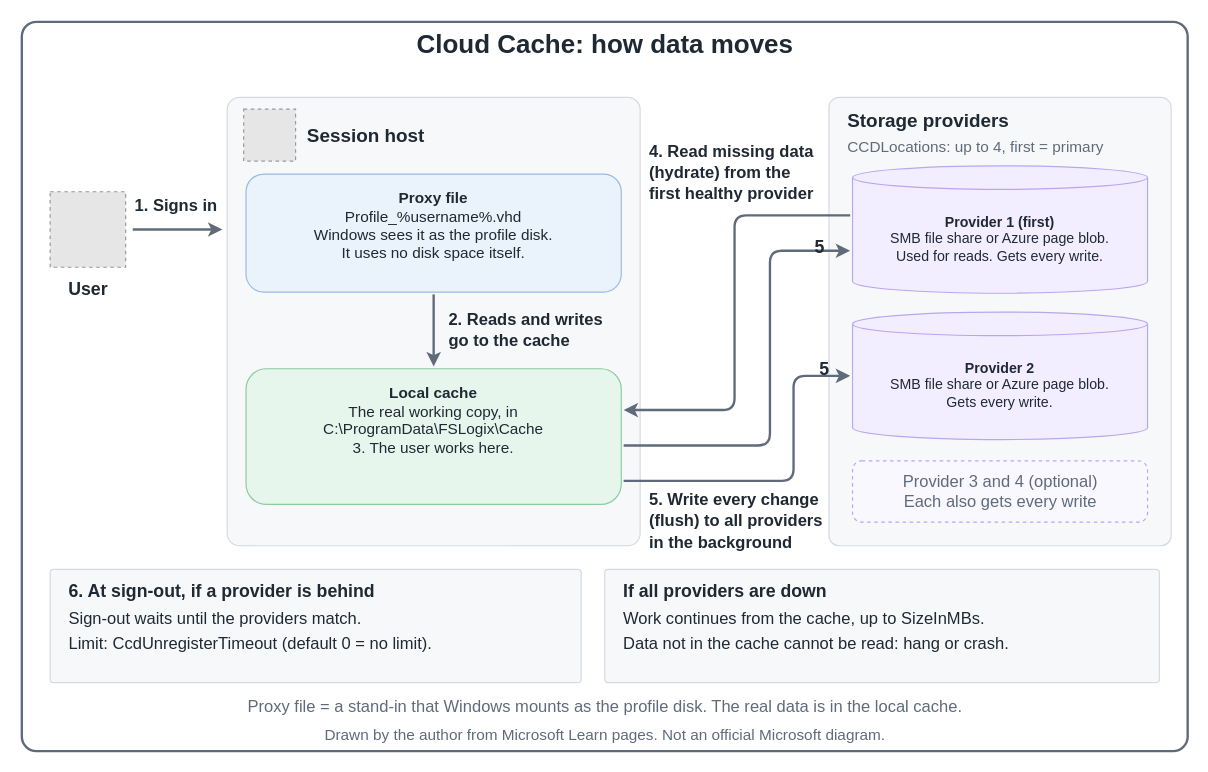
Above: src/img/avd/AVD-FSLogix-Cloud-Cache.drawio in AddySidd27/cloud-ai-notes (draw.io), before the change. Source tidied: cells renumbered, new cells numbered last; positions are measured from the earlier drawing's top-left corner, leaving out a move shared by most shapes. Both pictures are drawn from the tidied source at 118%, with x=0, y=0 at pixel (21, 21). Pictures stored in the file or linked from it are replaced by grey dashed boxes.
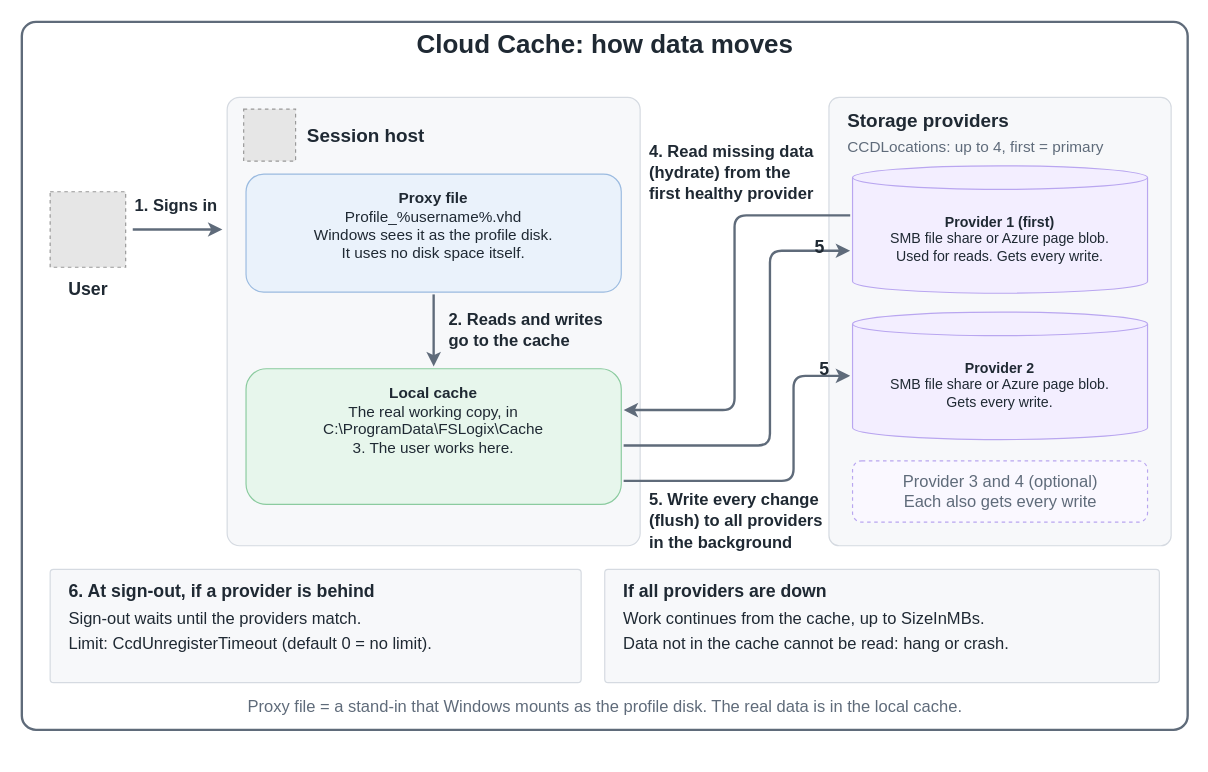
After the change.

Change to the diagram source:
```diff
@@
     <mxCell id="2" style="rounded=1;arcSize=2;html=1;fillColor=#ffffff;strokeColor=#5f6b7a;strokeWidth=2;" parent="1" vertex="1">
-      <mxGeometry width="988" height="618" as="geometry" />
+      <mxGeometry width="988" height="600" as="geometry" />
     </mxCell>
@@
-    <mxCell id="42" value="Drawn by the author from Microsoft Learn pages. Not an official Microsoft diagram." style="text;html=1;align=center;verticalAlign=middle;fontSize=13;fontColor=#5f6b7a;" parent="1" vertex="1">
-      <mxGeometry x="144" y="592" width="700" height="24" as="geometry" />
-    </mxCell>
```
